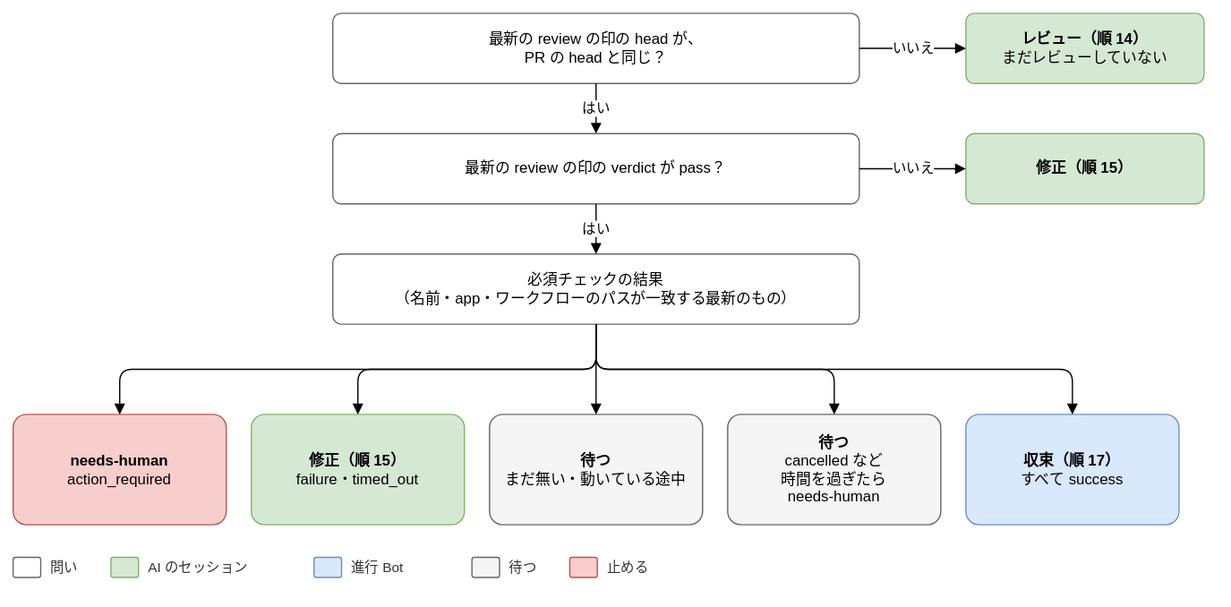
This is docs/design/basic/diagrams/02-convergence.drawio.svg from Joymerrevent/dev-autopilot, a draw.io export, as it was before one commit. Source tidied: cells renumbered, new cells last; positions are measured from the earlier drawing's top-left corner, leaving out a move shared by most shapes.
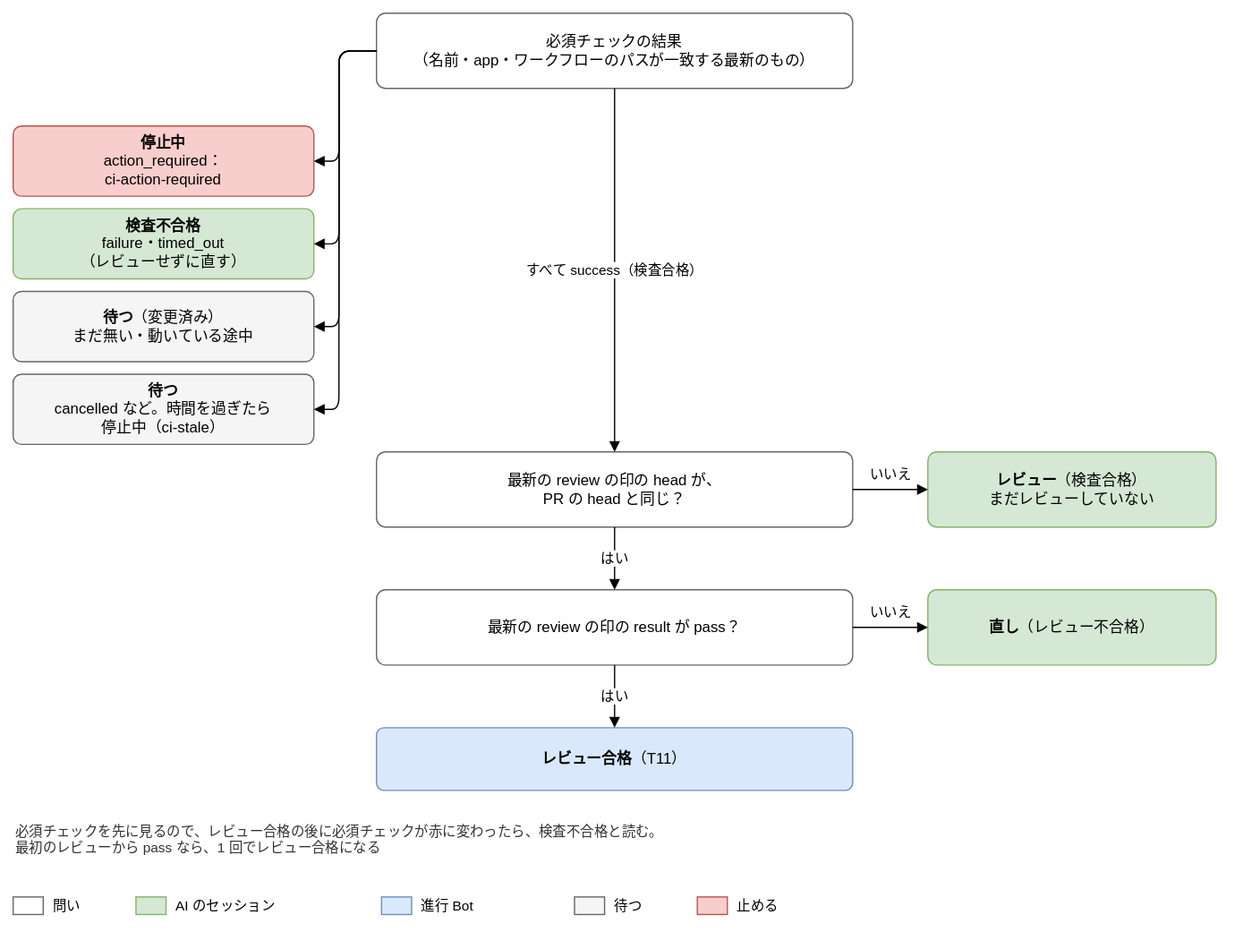
The same diagram one commit later.

What changed in the source:
```diff
@@ -2,92 +2,119 @@
   <root>
     <mxCell id="0" />
     <mxCell id="1" parent="0" />
-    <mxCell id="2" value="最新の review の印の head が、&lt;br&gt;PR の head と同じ？" style="rounded=1;whiteSpace=wrap;html=1;fontSize=12;arcSize=12;spacing=12;fillColor=#ffffff;strokeColor=#666666;" parent="1" vertex="1">
-      <mxGeometry x="255" width="420" height="56" as="geometry" />
+    <mxCell id="2" value="必須チェックの結果&lt;br&gt;（名前・app・ワークフローのパスが一致する最新のもの）" style="rounded=1;whiteSpace=wrap;html=1;fontSize=12;arcSize=12;fillColor=#ffffff;strokeColor=#666666;spacing=8;" parent="1" vertex="1">
+      <mxGeometry x="280" y="-10" width="380" height="60" as="geometry" />
     </mxCell>
-    <mxCell id="3" value="最新の review の印の verdict が pass？" style="rounded=1;whiteSpace=wrap;html=1;fontSize=12;arcSize=12;spacing=12;fillColor=#ffffff;strokeColor=#666666;" parent="1" vertex="1">
-      <mxGeometry x="255" y="96" width="420" height="56" as="geometry" />
+    <mxCell id="3" value="最新の review の印の head が、&lt;br&gt;PR の head と同じ？" style="rounded=1;whiteSpace=wrap;html=1;fontSize=12;arcSize=12;fillColor=#ffffff;strokeColor=#666666;spacing=8;" parent="1" vertex="1">
+      <mxGeometry x="280" y="340" width="380" height="60" as="geometry" />
     </mxCell>
-    <mxCell id="4" value="必須チェックの結果&lt;br&gt;（名前・app・ワークフローのパスが一致する最新のもの）" style="rounded=1;whiteSpace=wrap;html=1;fontSize=12;arcSize=12;spacing=12;fillColor=#ffffff;strokeColor=#666666;" parent="1" vertex="1">
-      <mxGeometry x="255" y="192" width="420" height="56" as="geometry" />
+    <mxCell id="4" value="最新の review の印の result が pass？" style="rounded=1;whiteSpace=wrap;html=1;fontSize=12;arcSize=12;fillColor=#ffffff;strokeColor=#666666;spacing=8;" parent="1" vertex="1">
+      <mxGeometry x="280" y="450" width="380" height="60" as="geometry" />
     </mxCell>
+    <mxCell id="31" value="&lt;b&gt;レビュー合格&lt;/b&gt;（T11）" style="rounded=1;whiteSpace=wrap;html=1;fontSize=12;arcSize=12;fillColor=#dae8fc;strokeColor=#6c8ebf;spacing=8;" parent="1" vertex="1">
+      <mxGeometry x="280" y="560" width="380" height="50" as="geometry" />
+    </mxCell>
-    <mxCell id="5" value="&lt;b&gt;レビュー（順 14）&lt;/b&gt;&lt;br&gt;まだレビューしていない" style="rounded=1;whiteSpace=wrap;html=1;fontSize=12;arcSize=12;spacing=12;fillColor=#d5e8d4;strokeColor=#82b366;" parent="1" vertex="1">
-      <mxGeometry x="760" width="190" height="56" as="geometry" />
+    <mxCell id="5" value="&lt;b&gt;停止中&lt;/b&gt;&lt;br&gt;action_required：&lt;br&gt;ci-action-required" style="rounded=1;whiteSpace=wrap;html=1;fontSize=12;arcSize=12;fillColor=#f8cecc;strokeColor=#b85450;spacing=8;" parent="1" vertex="1">
+      <mxGeometry x="-10" y="80" width="240" height="56" as="geometry" />
     </mxCell>
+    <mxCell id="17" style="edgeStyle=orthogonalEdgeStyle;rounded=1;html=1;endArrow=block;endFill=1;fontSize=11;labelBackgroundColor=#ffffff;exitX=0;exitY=0.5;exitDx=0;exitDy=0;entryX=1;entryY=0.5;entryDx=0;entryDy=0;" parent="1" edge="1" source="2" target="5">
+      <mxGeometry relative="1" as="geometry">
+        <Array as="points">
+          <mxPoint x="250" y="20" />
+          <mxPoint x="250" y="108" />
+        </Array>
+      </mxGeometry>
+    </mxCell>
-    <mxCell id="6" value="&lt;b&gt;修正（順 15）&lt;/b&gt;" style="rounded=1;whiteSpace=wrap;html=1;fontSize=12;arcSize=12;spacing=12;fillColor=#d5e8d4;strokeColor=#82b366;" parent="1" vertex="1">
-      <mxGeometry x="760" y="96" width="190" height="56" as="geometry" />
+    <mxCell id="6" value="&lt;b&gt;検査不合格&lt;/b&gt;&lt;br&gt;failure・timed_out&lt;br&gt;（レビューせずに直す）" style="rounded=1;whiteSpace=wrap;html=1;fontSize=12;arcSize=12;fillColor=#d5e8d4;strokeColor=#82b366;spacing=8;" parent="1" vertex="1">
+      <mxGeometry x="-10" y="146" width="240" height="56" as="geometry" />
     </mxCell>
-    <mxCell id="7" value="&lt;b&gt;needs-human&lt;/b&gt;&lt;br&gt;action_required" style="rounded=1;whiteSpace=wrap;html=1;fontSize=12;arcSize=12;spacing=12;fillColor=#f8cecc;strokeColor=#b85450;" parent="1" vertex="1">
-      <mxGeometry y="320" width="170" height="88" as="geometry" />
-    </mxCell>
-    <mxCell id="8" style="edgeStyle=orthogonalEdgeStyle;rounded=1;html=1;endArrow=block;endFill=1;fontSize=11;labelBackgroundColor=#ffffff;exitX=0.5;exitY=1;exitDx=0;exitDy=0;entryX=0.5;entryY=0;entryDx=0;entryDy=0;" parent="1" edge="1" source="4" target="7">
-      <mxGeometry relative="1" as="geometry" />
-    </mxCell>
-    <mxCell id="9" value="&lt;b&gt;修正（順 15）&lt;/b&gt;&lt;br&gt;failure・timed_out" style="rounded=1;whiteSpace=wrap;html=1;fontSize=12;arcSize=12;spacing=12;fillColor=#d5e8d4;strokeColor=#82b366;" parent="1" vertex="1">
-      <mxGeometry x="190" y="320" width="170" height="88" as="geometry" />
-    </mxCell>
-    <mxCell id="10" style="edgeStyle=orthogonalEdgeStyle;rounded=1;html=1;endArrow=block;endFill=1;fontSize=11;labelBackgroundColor=#ffffff;exitX=0.5;exitY=1;exitDx=0;exitDy=0;entryX=0.5;entryY=0;entryDx=0;entryDy=0;" parent="1" edge="1" source="4" target="9">
-      <mxGeometry relative="1" as="geometry" />
-    </mxCell>
-    <mxCell id="11" value="&lt;b&gt;待つ&lt;/b&gt;&lt;br&gt;まだ無い・動いている途中" style="rounded=1;whiteSpace=wrap;html=1;fontSize=12;arcSize=12;spacing=12;fillColor=#f5f5f5;strokeColor=#666666;" parent="1" vertex="1">
-      <mxGeometry x="380" y="320" width="170" height="88" as="geometry" />
-    </mxCell>
-    <mxCell id="12" style="edgeStyle=orthogonalEdgeStyle;rounded=1;html=1;endArrow=block;endFill=1;fontSize=11;labelBackgroundColor=#ffffff;exitX=0.5;exitY=1;exitDx=0;exitDy=0;entryX=0.5;entryY=0;entryDx=0;entryDy=0;" parent="1" edge="1" source="4" target="11">
-      <mxGeometry relative="1" as="geometry" />
-    </mxCell>
-    <mxCell id="13" value="&lt;b&gt;待つ&lt;/b&gt;&lt;br&gt;cancelled など&lt;br&gt;時間を過ぎたら&lt;br&gt;needs-human" style="rounded=1;whiteSpace=wrap;html=1;fontSize=12;arcSize=12;spacing=12;fillColor=#f5f5f5;strokeColor=#666666;" parent="1" vertex="1">
-      <mxGeometry x="570" y="320" width="170" height="88" as="geometry" />
-    </mxCell>
-    <mxCell id="14" style="edgeStyle=orthogonalEdgeStyle;rounded=1;html=1;endArrow=block;endFill=1;fontSize=11;labelBackgroundColor=#ffffff;exitX=0.5;exitY=1;exitDx=0;exitDy=0;entryX=0.5;entryY=0;entryDx=0;entryDy=0;" parent="1" edge="1" source="4" target="13">
-      <mxGeometry relative="1" as="geometry" />
-    </mxCell>
-    <mxCell id="15" value="&lt;b&gt;収束（順 17）&lt;/b&gt;&lt;br&gt;すべて success" style="rounded=1;whiteSpace=wrap;html=1;fontSize=12;arcSize=12;spacing=12;fillColor=#dae8fc;strokeColor=#6c8ebf;" parent="1" vertex="1">
-      <mxGeometry x="760" y="320" width="170" height="88" as="geometry" />
-    </mxCell>
-    <mxCell id="16" style="edgeStyle=orthogonalEdgeStyle;rounded=1;html=1;endArrow=block;endFill=1;fontSize=11;labelBackgroundColor=#ffffff;exitX=0.5;exitY=1;exitDx=0;exitDy=0;entryX=0.5;entryY=0;entryDx=0;entryDy=0;" parent="1" edge="1" source="4" target="15">
-      <mxGeometry relative="1" as="geometry" />
-    </mxCell>
-    <mxCell id="17" value="いいえ" style="edgeStyle=orthogonalEdgeStyle;rounded=1;html=1;endArrow=block;endFill=1;fontSize=11;labelBackgroundColor=#ffffff;exitX=1;exitY=0.5;exitDx=0;exitDy=0;entryX=0;entryY=0.5;entryDx=0;entryDy=0;" parent="1" edge="1" source="2" target="5">
-      <mxGeometry relative="1" as="geometry" />
-    </mxCell>
+    <mxCell id="32" style="edgeStyle=orthogonalEdgeStyle;rounded=1;html=1;endArrow=block;endFill=1;fontSize=11;labelBackgroundColor=#ffffff;exitX=0;exitY=0.5;exitDx=0;exitDy=0;entryX=1;entryY=0.5;entryDx=0;entryDy=0;" parent="1" edge="1" source="2" target="6">
+      <mxGeometry relative="1" as="geometry">
+        <Array as="points">
+          <mxPoint x="250" y="20" />
+          <mxPoint x="250" y="174" />
+        </Array>
+      </mxGeometry>
+    </mxCell>
+    <mxCell id="33" value="&lt;b&gt;待つ&lt;/b&gt;（変更済み）&lt;br&gt;まだ無い・動いている途中" style="rounded=1;whiteSpace=wrap;html=1;fontSize=12;arcSize=12;fillColor=#f5f5f5;strokeColor=#666666;spacing=8;" parent="1" vertex="1">
+      <mxGeometry x="-10" y="212" width="240" height="56" as="geometry" />
+    </mxCell>
+    <mxCell id="34" style="edgeStyle=orthogonalEdgeStyle;rounded=1;html=1;endArrow=block;endFill=1;fontSize=11;labelBackgroundColor=#ffffff;exitX=0;exitY=0.5;exitDx=0;exitDy=0;entryX=1;entryY=0.5;entryDx=0;entryDy=0;" parent="1" edge="1" source="2" target="33">
+      <mxGeometry relative="1" as="geometry">
+        <Array as="points">
+          <mxPoint x="250" y="20" />
+          <mxPoint x="250" y="240" />
+        </Array>
+      </mxGeometry>
+    </mxCell>
+    <mxCell id="35" value="&lt;b&gt;待つ&lt;/b&gt;&lt;br&gt;cancelled など。時間を過ぎたら&lt;br&gt;停止中（ci-stale）" style="rounded=1;whiteSpace=wrap;html=1;fontSize=12;arcSize=12;fillColor=#f5f5f5;strokeColor=#666666;spacing=8;" parent="1" vertex="1">
+      <mxGeometry x="-10" y="278" width="240" height="56" as="geometry" />
+    </mxCell>
+    <mxCell id="36" style="edgeStyle=orthogonalEdgeStyle;rounded=1;html=1;endArrow=block;endFill=1;fontSize=11;labelBackgroundColor=#ffffff;exitX=0;exitY=0.5;exitDx=0;exitDy=0;entryX=1;entryY=0.5;entryDx=0;entryDy=0;" parent="1" edge="1" source="2" target="35">
+      <mxGeometry relative="1" as="geometry">
+        <Array as="points">
+          <mxPoint x="250" y="20" />
+          <mxPoint x="250" y="306" />
+        </Array>
+      </mxGeometry>
+    </mxCell>
-    <mxCell id="18" value="はい" style="edgeStyle=orthogonalEdgeStyle;rounded=1;html=1;endArrow=block;endFill=1;fontSize=11;labelBackgroundColor=#ffffff;exitX=0.5;exitY=1;exitDx=0;exitDy=0;entryX=0.5;entryY=0;entryDx=0;entryDy=0;" parent="1" edge="1" source="2" target="3">
+    <mxCell id="18" value="すべて success（検査合格）" style="edgeStyle=orthogonalEdgeStyle;rounded=1;html=1;endArrow=block;endFill=1;fontSize=11;labelBackgroundColor=#ffffff;exitX=0.5;exitY=1;exitDx=0;exitDy=0;entryX=0.5;entryY=0;entryDx=0;entryDy=0;" parent="1" edge="1" source="2" target="3">
       <mxGeometry relative="1" as="geometry" />
     </mxCell>
-    <mxCell id="19" value="いいえ" style="edgeStyle=orthogonalEdgeStyle;rounded=1;html=1;endArrow=block;endFill=1;fontSize=11;labelBackgroundColor=#ffffff;exitX=1;exitY=0.5;exitDx=0;exitDy=0;entryX=0;entryY=0.5;entryDx=0;entryDy=0;" parent="1" edge="1" source="3" target="6">
-      <mxGeometry relative="1" as="geometry" />
-    </mxCell>
     <mxCell id="20" value="はい" style="edgeStyle=orthogonalEdgeStyle;rounded=1;html=1;endArrow=block;endFill=1;fontSize=11;labelBackgroundColor=#ffffff;exitX=0.5;exitY=1;exitDx=0;exitDy=0;entryX=0.5;entryY=0;entryDx=0;entryDy=0;" parent="1" edge="1" source="3" target="4">
       <mxGeometry relative="1" as="geometry" />
     </mxCell>
+    <mxCell id="37" value="はい" style="edgeStyle=orthogonalEdgeStyle;rounded=1;html=1;endArrow=block;endFill=1;fontSize=11;labelBackgroundColor=#ffffff;exitX=0.5;exitY=1;exitDx=0;exitDy=0;entryX=0.5;entryY=0;entryDx=0;entryDy=0;" parent="1" edge="1" source="4" target="31">
+      <mxGeometry relative="1" as="geometry" />
+    </mxCell>
+    <mxCell id="38" value="&lt;b&gt;レビュー&lt;/b&gt;（検査合格）&lt;br&gt;まだレビューしていない" style="rounded=1;whiteSpace=wrap;html=1;fontSize=12;arcSize=12;fillColor=#d5e8d4;strokeColor=#82b366;spacing=8;" parent="1" vertex="1">
+      <mxGeometry x="720" y="340" width="230" height="60" as="geometry" />
+    </mxCell>
+    <mxCell id="39" value="&lt;b&gt;直し&lt;/b&gt;（レビュー不合格）" style="rounded=1;whiteSpace=wrap;html=1;fontSize=12;arcSize=12;fillColor=#d5e8d4;strokeColor=#82b366;spacing=8;" parent="1" vertex="1">
+      <mxGeometry x="720" y="450" width="230" height="60" as="geometry" />
+    </mxCell>
+    <mxCell id="40" value="いいえ" style="edgeStyle=orthogonalEdgeStyle;rounded=1;html=1;endArrow=block;endFill=1;fontSize=11;labelBackgroundColor=#ffffff;exitX=1;exitY=0.5;exitDx=0;exitDy=0;entryX=0;entryY=0.5;entryDx=0;entryDy=0;" parent="1" edge="1" source="3" target="38">
+      <mxGeometry relative="1" as="geometry">
+        <mxPoint y="-12" as="offset" />
+      </mxGeometry>
+    </mxCell>
+    <mxCell id="41" value="いいえ" style="edgeStyle=orthogonalEdgeStyle;rounded=1;html=1;endArrow=block;endFill=1;fontSize=11;labelBackgroundColor=#ffffff;exitX=1;exitY=0.5;exitDx=0;exitDy=0;entryX=0;entryY=0.5;entryDx=0;entryDy=0;" parent="1" edge="1" source="4" target="39">
+      <mxGeometry relative="1" as="geometry">
+        <mxPoint y="-12" as="offset" />
+      </mxGeometry>
+    </mxCell>
+    <mxCell id="42" value="必須チェックを先に見るので、レビュー合格の後に必須チェックが赤に変わったら、検査不合格と読む。&lt;br&gt;最初のレビューから pass なら、1 回でレビュー合格になる" style="text;html=1;whiteSpace=wrap;align=left;verticalAlign=top;fontSize=11;fontColor=#333333;" parent="1" vertex="1">
+      <mxGeometry x="-10" y="630" width="960" height="40" as="geometry" />
+    </mxCell>
-    <mxCell id="21" style="rounded=1;whiteSpace=wrap;html=1;fontSize=12;arcSize=12;spacing=12;fillColor=#ffffff;strokeColor=#666666;" parent="1" vertex="1">
-      <mxGeometry y="434" width="22" height="16" as="geometry" />
+    <mxCell id="21" style="rounded=0;whiteSpace=wrap;html=1;fillColor=#ffffff;strokeColor=#666666;" parent="1" vertex="1">
+      <mxGeometry x="-10" y="695" width="24" height="14" as="geometry" />
     </mxCell>
-    <mxCell id="22" value="問い" style="text;html=1;align=left;verticalAlign=middle;fontSize=11;fontColor=#333333;" parent="1" vertex="1">
-      <mxGeometry x="28" y="432" width="34" height="20" as="geometry" />
+    <mxCell id="22" value="問い" style="text;html=1;whiteSpace=wrap;align=left;verticalAlign=middle;fontSize=11;" parent="1" vertex="1">
+      <mxGeometry x="20" y="689" width="48" height="26" as="geometry" />
     </mxCell>
-    <mxCell id="23" style="rounded=1;whiteSpace=wrap;html=1;fontSize=12;arcSize=12;spacing=12;fillColor=#d5e8d4;strokeColor=#82b366;" parent="1" vertex="1">
-      <mxGeometry x="78" y="434" width="22" height="16" as="geometry" />
+    <mxCell id="23" style="rounded=0;whiteSpace=wrap;html=1;fillColor=#d5e8d4;strokeColor=#82b366;" parent="1" vertex="1">
+      <mxGeometry x="88" y="695" width="24" height="14" as="geometry" />
     </mxCell>
-    <mxCell id="24" value="AI のセッション" style="text;html=1;align=left;verticalAlign=middle;fontSize=11;fontColor=#333333;" parent="1" vertex="1">
-      <mxGeometry x="106" y="432" width="118" height="20" as="geometry" />
+    <mxCell id="24" value="AI のセッション" style="text;html=1;whiteSpace=wrap;align=left;verticalAlign=middle;fontSize=11;" parent="1" vertex="1">
+      <mxGeometry x="118" y="689" width="146" height="26" as="geometry" />
     </mxCell>
-    <mxCell id="25" style="rounded=1;whiteSpace=wrap;html=1;fontSize=12;arcSize=12;spacing=12;fillColor=#dae8fc;strokeColor=#6c8ebf;" parent="1" vertex="1">
-      <mxGeometry x="240" y="434" width="22" height="16" as="geometry" />
+    <mxCell id="25" style="rounded=0;whiteSpace=wrap;html=1;fillColor=#dae8fc;strokeColor=#6c8ebf;" parent="1" vertex="1">
+      <mxGeometry x="284" y="695" width="24" height="14" as="geometry" />
     </mxCell>
-    <mxCell id="26" value="進行 Bot" style="text;html=1;align=left;verticalAlign=middle;fontSize=11;fontColor=#333333;" parent="1" vertex="1">
-      <mxGeometry x="268" y="432" width="82" height="20" as="geometry" />
+    <mxCell id="26" value="進行 Bot" style="text;html=1;whiteSpace=wrap;align=left;verticalAlign=middle;fontSize=11;" parent="1" vertex="1">
+      <mxGeometry x="314" y="689" width="104" height="26" as="geometry" />
     </mxCell>
-    <mxCell id="27" style="rounded=1;whiteSpace=wrap;html=1;fontSize=12;arcSize=12;spacing=12;fillColor=#f5f5f5;strokeColor=#666666;" parent="1" vertex="1">
-      <mxGeometry x="366" y="434" width="22" height="16" as="geometry" />
+    <mxCell id="27" style="rounded=0;whiteSpace=wrap;html=1;fillColor=#f5f5f5;strokeColor=#666666;" parent="1" vertex="1">
+      <mxGeometry x="438" y="695" width="24" height="14" as="geometry" />
     </mxCell>
-    <mxCell id="28" value="待つ" style="text;html=1;align=left;verticalAlign=middle;fontSize=11;fontColor=#333333;" parent="1" vertex="1">
-      <mxGeometry x="394" y="432" width="34" height="20" as="geometry" />
+    <mxCell id="28" value="待つ" style="text;html=1;whiteSpace=wrap;align=left;verticalAlign=middle;fontSize=11;" parent="1" vertex="1">
+      <mxGeometry x="468" y="689" width="48" height="26" as="geometry" />
     </mxCell>
-    <mxCell id="29" style="rounded=1;whiteSpace=wrap;html=1;fontSize=12;arcSize=12;spacing=12;fillColor=#f8cecc;strokeColor=#b85450;" parent="1" vertex="1">
-      <mxGeometry x="444" y="434" width="22" height="16" as="geometry" />
+    <mxCell id="29" style="rounded=0;whiteSpace=wrap;html=1;fillColor=#f8cecc;strokeColor=#b85450;" parent="1" vertex="1">
+      <mxGeometry x="536" y="695" width="24" height="14" as="geometry" />
     </mxCell>
-    <mxCell id="30" value="止める" style="text;html=1;align=left;verticalAlign=middle;fontSize=11;fontColor=#333333;" parent="1" vertex="1">
-      <mxGeometry x="472" y="432" width="46" height="20" as="geometry" />
+    <mxCell id="30" value="止める" style="text;html=1;whiteSpace=wrap;align=left;verticalAlign=middle;fontSize=11;" parent="1" vertex="1">
+      <mxGeometry x="566" y="689" width="62" height="26" as="geometry" />
     </mxCell>
   </root>
 </mxGraphModel>
```
